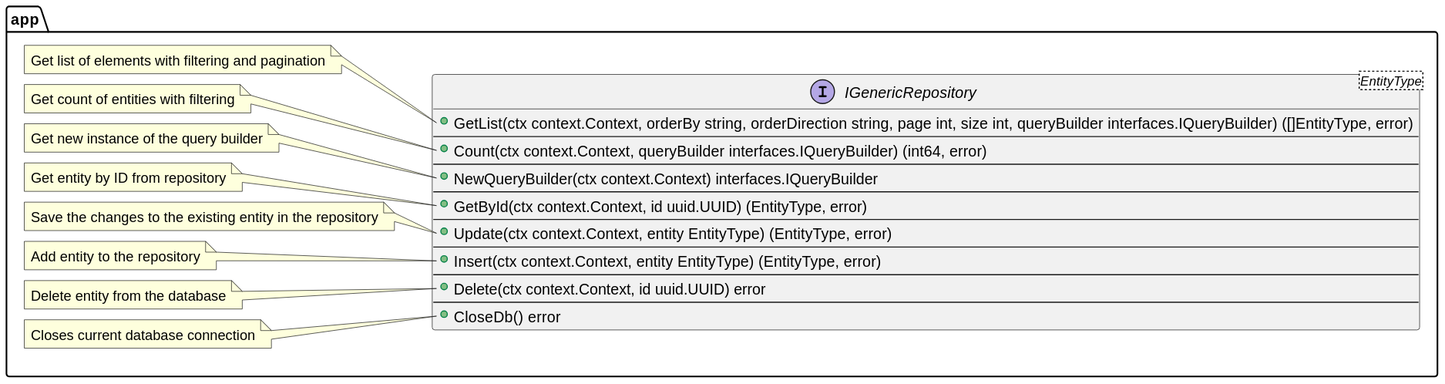
Earlier version of the PlantUML export docs/plantuml/interfaces/IGenericRepository.svg (lf-edge/rol).
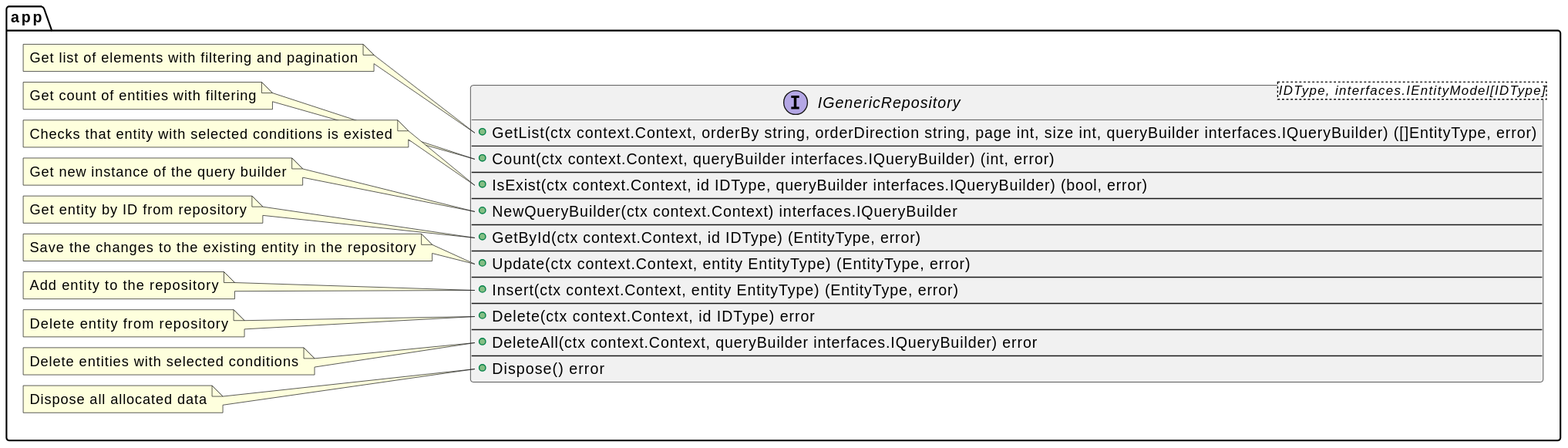
After the commit.

The edit, as a diff of the source:
```diff
@@ -1,22 +1,26 @@
 @startuml IGenericRepository
 
 package app {
-    interface IGenericRepository<EntityType> {
+    interface IGenericRepository<IDType, interfaces.IEntityModel[IDType]> {
         +GetList(ctx context.Context, orderBy string, orderDirection string, page int, size int, queryBuilder interfaces.IQueryBuilder) ([]EntityType, error)
         --
-        +Count(ctx context.Context, queryBuilder interfaces.IQueryBuilder) (int64, error)
+        +Count(ctx context.Context, queryBuilder interfaces.IQueryBuilder) (int, error)
+        --
+        +IsExist(ctx context.Context, id IDType, queryBuilder interfaces.IQueryBuilder) (bool, error)
         --
         +NewQueryBuilder(ctx context.Context) interfaces.IQueryBuilder
         --
-        +GetById(ctx context.Context, id uuid.UUID) (EntityType, error)
+        +GetById(ctx context.Context, id IDType) (EntityType, error)
         --
         +Update(ctx context.Context, entity EntityType) (EntityType, error)
         --
         +Insert(ctx context.Context, entity EntityType) (EntityType, error)
         --
-        +Delete(ctx context.Context, id uuid.UUID) error
+        +Delete(ctx context.Context, id IDType) error
         --
-        +CloseDb() error
+        +DeleteAll(ctx context.Context, queryBuilder interfaces.IQueryBuilder) error
+        --
+        +Dispose() error
     }
     note left of IGenericRepository::GetList
       Get list of elements with filtering and pagination
@@ -24,6 +28,10 @@
 
     note left of IGenericRepository::Count
       Get count of entities with filtering
+    end note
+
+    note left of IGenericRepository::IsExist
+      Checks that entity with selected conditions is existed
     end note
 
     note left of IGenericRepository::NewQueryBuilder
@@ -43,11 +51,15 @@
     end note
 
     note left of IGenericRepository::Delete
-      Delete entity from the database
+      Delete entity from repository
     end note
 
-    note left of IGenericRepository::CloseDb
-      Closes current database connection
+    note left of IGenericRepository::DeleteAll
+      Delete entities with selected conditions
+    end note
+
+    note left of IGenericRepository::Dispose
+      Dispose all allocated data
     end note
 }
 
```
